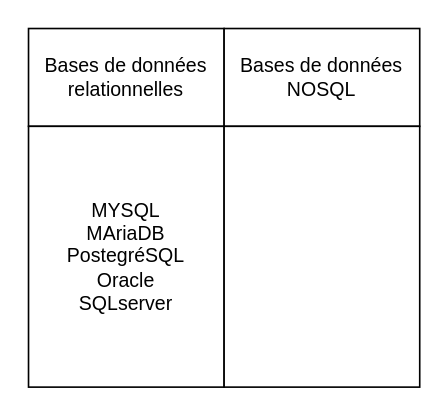
This is Basesdedonnées.drawio from CyrilFreeman/Diagramme_internet, a draw.io file, before an edit. Source tidied: cells renumbered, new cells numbered last; positions are measured from the earlier drawing's top-left corner, leaving out a move shared by most shapes. Both pictures are drawn from the tidied source at 163%, with x=0, y=0 at pixel (28, 28).
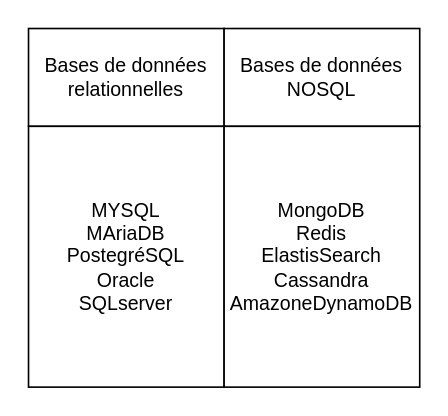
Above is the later version.

Commit message:
Mettre à jour Basesdedonnées.drawio

Diff of the diagram source:
```diff
@@
 <mxGraphModel>
   <root>
     <mxCell id="0" />
     <mxCell id="1" parent="0" />
     <mxCell id="2" value="Bases de données&lt;br&gt;relationnelles" style="rounded=0;whiteSpace=wrap;html=1;" parent="1" vertex="1">
       <mxGeometry width="120" height="60" as="geometry" />
     </mxCell>
     <mxCell id="3" value="Bases de données&lt;br&gt;NOSQL" style="rounded=0;whiteSpace=wrap;html=1;" parent="1" vertex="1">
       <mxGeometry x="120" width="120" height="60" as="geometry" />
     </mxCell>
     <mxCell id="4" value="MYSQL&lt;br&gt;MAriaDB&lt;br&gt;PostegréSQL&lt;br&gt;Oracle&lt;br&gt;SQLserver" style="rounded=0;whiteSpace=wrap;html=1;" parent="1" vertex="1">
       <mxGeometry y="60" width="120" height="160" as="geometry" />
     </mxCell>
-    <mxCell id="5" style="rounded=0;whiteSpace=wrap;html=1;" parent="1" vertex="1">
+    <mxCell id="5" value="MongoDB&lt;br&gt;Redis&lt;br&gt;ElastisSearch&lt;br&gt;Cassandra&lt;br&gt;AmazoneDynamoDB&lt;br&gt;" style="rounded=0;whiteSpace=wrap;html=1;" parent="1" vertex="1">
       <mxGeometry x="120" y="60" width="120" height="160" as="geometry" />
     </mxCell>
   </root>
 </mxGraphModel>
```
